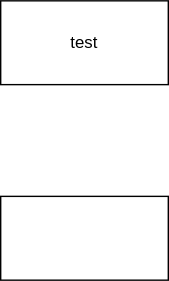
The draw.io diagram manifests/4_gke_ingress/diagram.drawio.svg in 74th/try-envoy, before a commit. Source tidied: cells renumbered, new cells last; positions are measured from the earlier drawing's top-left corner, leaving out a move shared by most shapes. Its diagram source:
```xml
<mxGraphModel>
  <root>
    <mxCell id="0" />
    <mxCell id="1" parent="0" />
    <mxCell id="2" value="test" style="rounded=0;whiteSpace=wrap;html=1;" parent="1" vertex="1">
      <mxGeometry width="120" height="60" as="geometry" />
    </mxCell>
    <mxCell id="3" style="rounded=0;whiteSpace=wrap;html=1;" parent="1" vertex="1">
      <mxGeometry y="140" width="120" height="60" as="geometry" />
    </mxCell>
  </root>
</mxGraphModel>
```
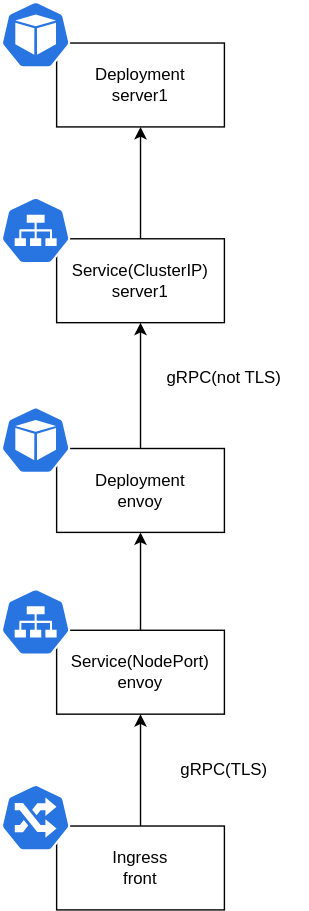
The same diagram one commit later.

Diff of the diagram source:
```diff
@@ -2,11 +2,53 @@
   <root>
     <mxCell id="0" />
     <mxCell id="1" parent="0" />
-    <mxCell id="2" value="test" style="rounded=0;whiteSpace=wrap;html=1;" parent="1" vertex="1">
+    <mxCell id="2" value="Deployment&lt;br&gt;server1" style="rounded=0;whiteSpace=wrap;html=1;" parent="1" vertex="1">
       <mxGeometry width="120" height="60" as="geometry" />
     </mxCell>
+    <mxCell id="4" style="edgeStyle=orthogonalEdgeStyle;rounded=0;jettySize=auto;html=1;entryX=0.5;entryY=1;entryDx=0;entryDy=0;" parent="1" edge="1" source="3" target="2">
+      <mxGeometry relative="1" as="geometry" />
+    </mxCell>
-    <mxCell id="3" style="rounded=0;whiteSpace=wrap;html=1;" parent="1" vertex="1">
+    <mxCell id="3" value="Service(ClusterIP)&lt;br&gt;server1" style="rounded=0;whiteSpace=wrap;html=1;" parent="1" vertex="1">
       <mxGeometry y="140" width="120" height="60" as="geometry" />
     </mxCell>
+    <mxCell id="5" style="html=1;dashed=0;whitespace=wrap;fillColor=#2875E2;strokeColor=#ffffff;shape=mxgraph.kubernetes.icon;prIcon=pod;" parent="1" vertex="1">
+      <mxGeometry x="-40" y="-30" width="50" height="48" as="geometry" />
+    </mxCell>
+    <mxCell id="6" style="html=1;dashed=0;whitespace=wrap;fillColor=#2875E2;strokeColor=#ffffff;shape=mxgraph.kubernetes.icon;prIcon=svc;" parent="1" vertex="1">
+      <mxGeometry x="-40" y="110" width="50" height="48" as="geometry" />
+    </mxCell>
+    <mxCell id="7" style="edgeStyle=orthogonalEdgeStyle;rounded=0;jettySize=auto;html=1;" parent="1" edge="1" source="8" target="3">
+      <mxGeometry relative="1" as="geometry" />
+    </mxCell>
+    <mxCell id="8" value="Deployment&lt;br&gt;envoy" style="rounded=0;whiteSpace=wrap;html=1;" parent="1" vertex="1">
+      <mxGeometry y="290" width="120" height="60" as="geometry" />
+    </mxCell>
+    <mxCell id="9" style="html=1;dashed=0;whitespace=wrap;fillColor=#2875E2;strokeColor=#ffffff;shape=mxgraph.kubernetes.icon;prIcon=pod;" parent="1" vertex="1">
+      <mxGeometry x="-40" y="260" width="50" height="48" as="geometry" />
+    </mxCell>
+    <mxCell id="10" style="edgeStyle=orthogonalEdgeStyle;rounded=0;jettySize=auto;html=1;" parent="1" edge="1" source="11" target="8">
+      <mxGeometry relative="1" as="geometry" />
+    </mxCell>
+    <mxCell id="11" value="Service(NodePort)&lt;br&gt;envoy" style="rounded=0;whiteSpace=wrap;html=1;" parent="1" vertex="1">
+      <mxGeometry y="420" width="120" height="60" as="geometry" />
+    </mxCell>
+    <mxCell id="12" style="html=1;dashed=0;whitespace=wrap;fillColor=#2875E2;strokeColor=#ffffff;shape=mxgraph.kubernetes.icon;prIcon=svc;" parent="1" vertex="1">
+      <mxGeometry x="-40" y="390" width="50" height="48" as="geometry" />
+    </mxCell>
+    <mxCell id="13" style="edgeStyle=orthogonalEdgeStyle;rounded=0;jettySize=auto;html=1;" parent="1" edge="1" source="14" target="11">
+      <mxGeometry relative="1" as="geometry" />
+    </mxCell>
+    <mxCell id="14" value="Ingress&lt;br&gt;front" style="rounded=0;whiteSpace=wrap;html=1;" parent="1" vertex="1">
+      <mxGeometry y="560" width="120" height="60" as="geometry" />
+    </mxCell>
+    <mxCell id="15" style="html=1;dashed=0;whitespace=wrap;fillColor=#2875E2;strokeColor=#ffffff;shape=mxgraph.kubernetes.icon;prIcon=ing;" parent="1" vertex="1">
+      <mxGeometry x="-40" y="530" width="50" height="48" as="geometry" />
+    </mxCell>
+    <mxCell id="16" value="gRPC(not TLS)" style="text;html=1;strokeColor=none;fillColor=none;align=center;verticalAlign=middle;whiteSpace=wrap;rounded=0;" parent="1" vertex="1">
+      <mxGeometry x="60" y="230" width="120" height="20" as="geometry" />
+    </mxCell>
+    <mxCell id="17" value="gRPC(TLS)" style="text;html=1;strokeColor=none;fillColor=none;align=center;verticalAlign=middle;whiteSpace=wrap;rounded=0;" parent="1" vertex="1">
+      <mxGeometry x="60" y="510" width="120" height="20" as="geometry" />
+    </mxCell>
   </root>
 </mxGraphModel>
```
